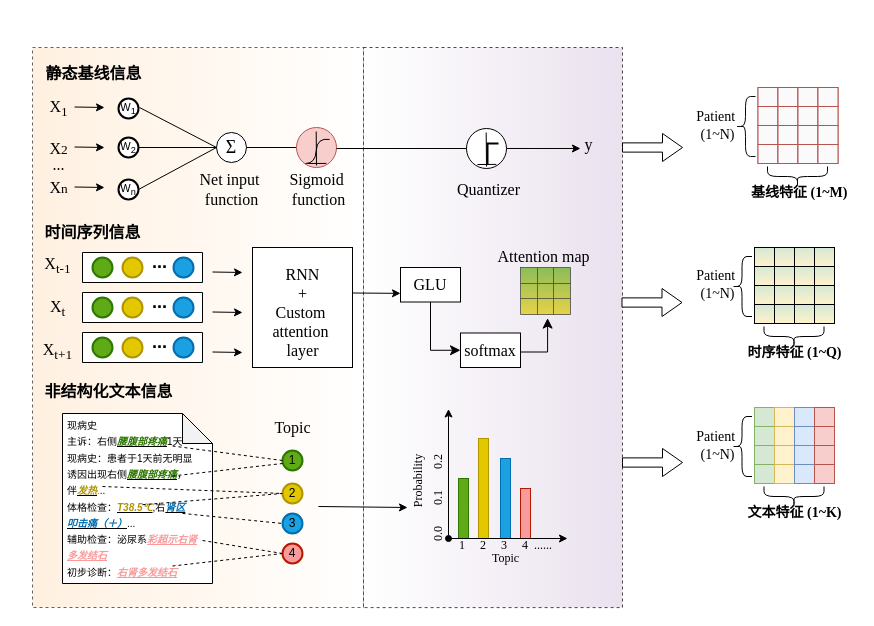
Earlier version of the draw.io diagram 未命名绘图.drawio (wednesday1111/FIB-4). Source tidied: cells renumbered, new cells numbered last; positions are measured from the earlier drawing's top-left corner, leaving out a move shared by most shapes. Both pictures are drawn from the tidied source at 100%, with x=0, y=0 at pixel (17, 47).
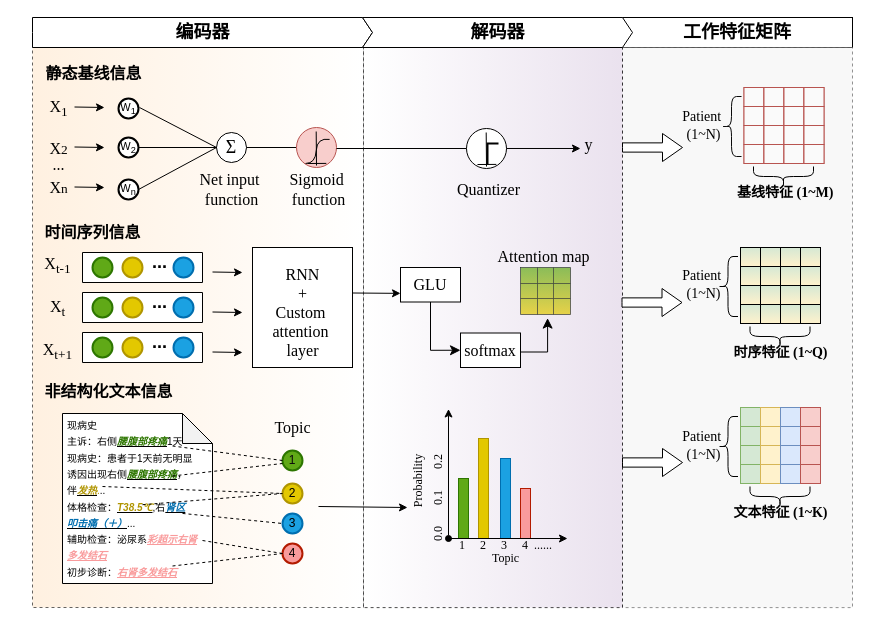
After the change.

Commit message (it also covers changes not shown here):
更新未命名绘图.drawio

What changed in the source:
```diff
@@
+    <mxCell id="183" value="&lt;font size=&quot;1&quot; face=&quot;宋体&quot;&gt;&lt;b style=&quot;font-size: 18px;&quot;&gt;工作特征矩阵&lt;/b&gt;&lt;/font&gt;" style="rounded=0;whiteSpace=wrap;html=1;" parent="1" vertex="1">
+      <mxGeometry x="605" y="-30" width="230" height="30" as="geometry" />
+    </mxCell>
+    <mxCell id="184" style="rounded=0;whiteSpace=wrap;html=1;gradientDirection=west;dashed=1;opacity=70;fillColor=#f5f5f5;strokeColor=#666666;fontColor=#333333;" parent="1" vertex="1">
+      <mxGeometry x="605" width="230" height="560.1" as="geometry" />
+    </mxCell>
@@
     <mxCell id="85" style="shape=curlyBracket;whiteSpace=wrap;html=1;rounded=1;labelPosition=left;verticalLabelPosition=middle;align=right;verticalAlign=middle;" parent="1" vertex="1">
-      <mxGeometry x="714.5" y="209" width="20" height="60" as="geometry" />
+      <mxGeometry x="700.5" y="209" width="20" height="60" as="geometry" />
     </mxCell>
     <mxCell id="86" value="&lt;font style=&quot;font-size: 14px;&quot; face=&quot;Times New Roman&quot;&gt;Patient&amp;nbsp;&lt;/font&gt;&lt;div style=&quot;font-size: 14px;&quot;&gt;&lt;font style=&quot;font-size: 14px;&quot; face=&quot;Times New Roman&quot;&gt;(1~N)&lt;/font&gt;&lt;/div&gt;" style="text;html=1;align=center;verticalAlign=middle;strokeColor=none;fillColor=none;" parent="1" vertex="1">
-      <mxGeometry x="664.5" y="213" width="70" height="50" as="geometry" />
+      <mxGeometry x="650.5" y="213" width="70" height="50" as="geometry" />
     </mxCell>
     <mxCell id="87" value="&lt;font style=&quot;font-size: 14px;&quot;&gt;&lt;font style=&quot;font-size: 14px;&quot;&gt;&lt;b&gt;&lt;font face=&quot;宋体&quot;&gt;时序特征&lt;/font&gt;&lt;font face=&quot;Times New Roman&quot;&gt; (1~Q)&lt;/font&gt;&lt;/b&gt;&lt;/font&gt;&lt;/font&gt;" style="text;html=1;align=center;verticalAlign=middle;strokeColor=none;fillColor=none;" parent="1" vertex="1">
-      <mxGeometry x="716.5" y="290" width="120" height="30" as="geometry" />
+      <mxGeometry x="702.5" y="290" width="120" height="30" as="geometry" />
     </mxCell>
     <mxCell id="88" style="group;fillColor=#d5e8d4;gradientColor=#fff2cc;" parent="1" vertex="1">
-      <mxGeometry x="737" y="200" width="20" height="76" as="geometry" />
+      <mxGeometry x="723" y="200" width="20" height="76" as="geometry" />
     </mxCell>
@@
     <mxCell id="93" style="group;fillColor=#d5e8d4;gradientColor=#fff2cc;" parent="1" vertex="1">
-      <mxGeometry x="757" y="200" width="20" height="76" as="geometry" />
+      <mxGeometry x="743" y="200" width="20" height="76" as="geometry" />
     </mxCell>
@@
     <mxCell id="98" style="group;fillColor=#d5e8d4;gradientColor=#fff2cc;" parent="1" vertex="1">
-      <mxGeometry x="777" y="200" width="20" height="76" as="geometry" />
+      <mxGeometry x="763" y="200" width="20" height="76" as="geometry" />
     </mxCell>
@@
     <mxCell id="103" style="group;fillColor=#d5e8d4;gradientColor=#fff2cc;" parent="1" vertex="1">
-      <mxGeometry x="797" y="200" width="20" height="76" as="geometry" />
+      <mxGeometry x="783" y="200" width="20" height="76" as="geometry" />
     </mxCell>
@@
     <mxCell id="108" style="shape=curlyBracket;whiteSpace=wrap;html=1;rounded=1;labelPosition=left;verticalLabelPosition=middle;align=right;verticalAlign=middle;rotation=-90;" parent="1" vertex="1">
-      <mxGeometry x="766.5" y="259" width="20" height="60" as="geometry" />
+      <mxGeometry x="752.5" y="259" width="20" height="60" as="geometry" />
     </mxCell>
@@
     <mxCell id="111" style="shape=curlyBracket;whiteSpace=wrap;html=1;rounded=1;labelPosition=left;verticalLabelPosition=middle;align=right;verticalAlign=middle;fillColor=#fafafa;strokeColor=#0a0a0a;" parent="1" vertex="1">
-      <mxGeometry x="718" y="49" width="20" height="60" as="geometry" />
+      <mxGeometry x="704" y="49" width="20" height="60" as="geometry" />
     </mxCell>
     <mxCell id="112" value="&lt;font style=&quot;font-size: 14px;&quot; face=&quot;Times New Roman&quot;&gt;Patient&amp;nbsp;&lt;/font&gt;&lt;div style=&quot;font-size: 14px;&quot;&gt;&lt;font style=&quot;font-size: 14px;&quot; face=&quot;Times New Roman&quot;&gt;(1~N)&lt;/font&gt;&lt;/div&gt;" style="text;html=1;align=center;verticalAlign=middle;strokeColor=none;fillColor=none;" parent="1" vertex="1">
-      <mxGeometry x="665" y="53.5" width="70" height="50" as="geometry" />
+      <mxGeometry x="651" y="53.5" width="70" height="50" as="geometry" />
     </mxCell>
     <mxCell id="113" value="&lt;font style=&quot;&quot;&gt;&lt;span style=&quot;font-size: 14px;&quot;&gt;&lt;b&gt;&lt;font face=&quot;Times New Roman&quot;&gt;&amp;nbsp;&lt;/font&gt;&lt;font face=&quot;宋体&quot;&gt;基线特征&lt;/font&gt;&lt;font face=&quot;Times New Roman&quot;&gt; (1~M)&lt;/font&gt;&lt;/b&gt;&lt;/span&gt;&lt;/font&gt;" style="text;html=1;align=center;verticalAlign=middle;strokeColor=none;fillColor=none;" parent="1" vertex="1">
-      <mxGeometry x="720" y="130" width="120" height="30" as="geometry" />
+      <mxGeometry x="706" y="130" width="120" height="30" as="geometry" />
     </mxCell>
     <mxCell id="114" style="group;fillColor=#fafafa;strokeColor=#b85450;" parent="1" vertex="1">
-      <mxGeometry x="740.5" y="40" width="20" height="76" as="geometry" />
+      <mxGeometry x="726.5" y="40" width="20" height="76" as="geometry" />
     </mxCell>
@@
     <mxCell id="119" style="group;fillColor=#fafafa;strokeColor=#b85450;" parent="1" vertex="1">
-      <mxGeometry x="760.5" y="40" width="20" height="76" as="geometry" />
+      <mxGeometry x="746.5" y="40" width="20" height="76" as="geometry" />
     </mxCell>
@@
     <mxCell id="124" style="group;fillColor=#fafafa;strokeColor=#b85450;" parent="1" vertex="1">
-      <mxGeometry x="780.5" y="40" width="20" height="76" as="geometry" />
+      <mxGeometry x="766.5" y="40" width="20" height="76" as="geometry" />
     </mxCell>
@@
     <mxCell id="129" style="group;fillColor=#fafafa;strokeColor=#b85450;" parent="1" vertex="1">
-      <mxGeometry x="800.5" y="40" width="20" height="76" as="geometry" />
+      <mxGeometry x="786.5" y="40" width="20" height="76" as="geometry" />
     </mxCell>
@@
     <mxCell id="134" style="shape=curlyBracket;whiteSpace=wrap;html=1;rounded=1;labelPosition=left;verticalLabelPosition=middle;align=right;verticalAlign=middle;rotation=-90;" parent="1" vertex="1">
-      <mxGeometry x="770" y="99" width="20" height="60" as="geometry" />
+      <mxGeometry x="756" y="99" width="20" height="60" as="geometry" />
     </mxCell>
     <mxCell id="135" style="shape=curlyBracket;whiteSpace=wrap;html=1;rounded=1;labelPosition=left;verticalLabelPosition=middle;align=right;verticalAlign=middle;" parent="1" vertex="1">
-      <mxGeometry x="714.5" y="369" width="20" height="60" as="geometry" />
+      <mxGeometry x="700.5" y="369" width="20" height="60" as="geometry" />
     </mxCell>
     <mxCell id="136" value="&lt;font style=&quot;font-size: 14px;&quot; face=&quot;Times New Roman&quot;&gt;Patient&amp;nbsp;&lt;/font&gt;&lt;div style=&quot;font-size: 14px;&quot;&gt;&lt;font style=&quot;font-size: 14px;&quot; face=&quot;Times New Roman&quot;&gt;(1~N)&lt;/font&gt;&lt;/div&gt;" style="text;html=1;align=center;verticalAlign=middle;strokeColor=none;fillColor=none;" parent="1" vertex="1">
-      <mxGeometry x="664.5" y="374" width="70" height="50" as="geometry" />
+      <mxGeometry x="650.5" y="374" width="70" height="50" as="geometry" />
     </mxCell>
     <mxCell id="137" value="&lt;font style=&quot;font-size: 14px;&quot;&gt;&lt;font style=&quot;font-size: 14px;&quot;&gt;&lt;b&gt;&lt;font face=&quot;宋体&quot;&gt;文本特征&lt;/font&gt;&lt;font face=&quot;Times New Roman&quot;&gt; (1~K)&lt;/font&gt;&lt;/b&gt;&lt;/font&gt;&lt;/font&gt;" style="text;html=1;align=center;verticalAlign=middle;strokeColor=none;fillColor=none;" parent="1" vertex="1">
-      <mxGeometry x="716.5" y="450" width="120" height="30" as="geometry" />
+      <mxGeometry x="702.5" y="450" width="120" height="30" as="geometry" />
     </mxCell>
     <mxCell id="138" style="group;fillColor=#dae8fc;strokeColor=#6c8ebf;" parent="1" vertex="1">
-      <mxGeometry x="737" y="360" width="20" height="76" as="geometry" />
+      <mxGeometry x="723" y="360" width="20" height="76" as="geometry" />
     </mxCell>
@@
     <mxCell id="143" style="group;fillColor=#fff2cc;strokeColor=#d6b656;" parent="1" vertex="1">
-      <mxGeometry x="757" y="360" width="20" height="76" as="geometry" />
+      <mxGeometry x="743" y="360" width="20" height="76" as="geometry" />
     </mxCell>
@@
     <mxCell id="148" style="group;fillColor=#dae8fc;strokeColor=#6c8ebf;" parent="1" vertex="1">
-      <mxGeometry x="777" y="360" width="20" height="76" as="geometry" />
+      <mxGeometry x="763" y="360" width="20" height="76" as="geometry" />
     </mxCell>
@@
     <mxCell id="153" style="group;fillColor=#dae8fc;strokeColor=#6c8ebf;" parent="1" vertex="1">
-      <mxGeometry x="797" y="360" width="20" height="76" as="geometry" />
+      <mxGeometry x="783" y="360" width="20" height="76" as="geometry" />
     </mxCell>
@@
     <mxCell id="158" style="shape=curlyBracket;whiteSpace=wrap;html=1;rounded=1;labelPosition=left;verticalLabelPosition=middle;align=right;verticalAlign=middle;rotation=-90;" parent="1" vertex="1">
-      <mxGeometry x="766.5" y="419" width="20" height="60" as="geometry" />
+      <mxGeometry x="752.5" y="419" width="20" height="60" as="geometry" />
     </mxCell>
@@
+    <mxCell id="185" value="&lt;font size=&quot;1&quot; face=&quot;宋体&quot;&gt;&lt;b style=&quot;font-size: 18px;&quot;&gt;编码器&lt;/b&gt;&lt;/font&gt;" style="html=1;shadow=0;dashed=0;align=center;verticalAlign=middle;shape=mxgraph.arrows2.arrow;dy=0;dx=10;notch=0;" parent="1" vertex="1">
+      <mxGeometry x="15" y="-30" width="340" height="30" as="geometry" />
+    </mxCell>
+    <mxCell id="186" value="&lt;font size=&quot;1&quot; face=&quot;宋体&quot;&gt;&lt;b style=&quot;font-size: 18px;&quot;&gt;解码器&lt;/b&gt;&lt;/font&gt;" style="html=1;shadow=0;dashed=0;align=center;verticalAlign=middle;shape=mxgraph.arrows2.arrow;dy=0;dx=10;notch=10;" parent="1" vertex="1">
+      <mxGeometry x="345" y="-30" width="270" height="30" as="geometry" />
+    </mxCell>
```
